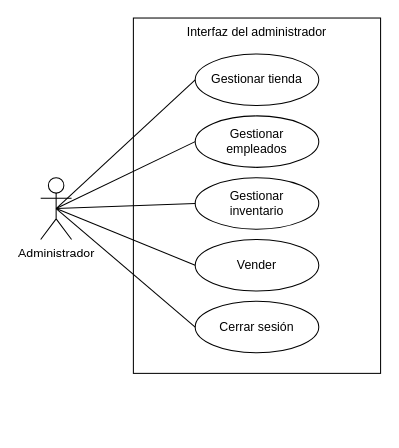
Above: interfaz administrador.drawio in Ovills/analisis (draw.io), before the change. Source tidied: cells renumbered, new cells numbered last; positions are measured from the earlier drawing's top-left corner, leaving out a move shared by most shapes. Both pictures are drawn from the tidied source at 103%, with x=0, y=0 at pixel (40, 18).
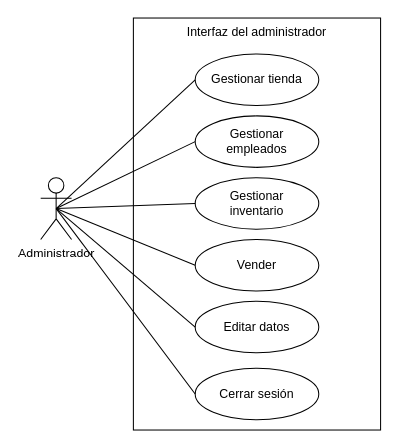
After the change.

Change to the diagram source:
```diff
@@
 <mxGraphModel>
   <root>
     <mxCell id="0" />
     <mxCell id="1" parent="0" />
     <mxCell id="2" value="Administrador" style="shape=umlActor;verticalLabelPosition=bottom;verticalAlign=top;html=1;outlineConnect=0;fillColor=none;" parent="1" vertex="1">
       <mxGeometry y="155" width="30" height="60" as="geometry" />
     </mxCell>
     <mxCell id="3" value="Interfaz del administrador" style="rounded=0;whiteSpace=wrap;html=1;fillColor=none;verticalAlign=top;" parent="1" vertex="1">
-      <mxGeometry x="90" width="240" height="345" as="geometry" />
+      <mxGeometry x="90" width="240" height="400" as="geometry" />
     </mxCell>
     <mxCell id="4" value="Gestionar tienda" style="ellipse;whiteSpace=wrap;html=1;fillColor=none;" parent="1" vertex="1">
       <mxGeometry x="150" y="35" width="120" height="50" as="geometry" />
     </mxCell>
     <mxCell id="5" value="Gestionar &lt;br&gt;empleados" style="ellipse;whiteSpace=wrap;html=1;fillColor=none;" parent="1" vertex="1">
       <mxGeometry x="150" y="95" width="120" height="50" as="geometry" />
     </mxCell>
     <mxCell id="6" value="Vender" style="ellipse;whiteSpace=wrap;html=1;fillColor=none;" parent="1" vertex="1">
       <mxGeometry x="150" y="215" width="120" height="50" as="geometry" />
     </mxCell>
     <mxCell id="7" value="Gestionar&lt;br&gt;inventario" style="ellipse;whiteSpace=wrap;html=1;fillColor=none;" parent="1" vertex="1">
       <mxGeometry x="150" y="155" width="120" height="50" as="geometry" />
     </mxCell>
-    <mxCell id="8" value="Cerrar sesión" style="ellipse;whiteSpace=wrap;html=1;fillColor=none;" parent="1" vertex="1">
+    <mxCell id="8" value="Editar datos" style="ellipse;whiteSpace=wrap;html=1;fillColor=none;" parent="1" vertex="1">
       <mxGeometry x="150" y="275" width="120" height="50" as="geometry" />
     </mxCell>
     <mxCell id="9" style="endArrow=none;html=1;rounded=0;exitX=0.5;exitY=0.5;exitDx=0;exitDy=0;exitPerimeter=0;entryX=0;entryY=0.5;entryDx=0;entryDy=0;" parent="1" edge="1" source="2" target="4">
       <mxGeometry relative="1" as="geometry" />
     </mxCell>
     <mxCell id="10" style="endArrow=none;html=1;rounded=0;exitX=0.5;exitY=0.5;exitDx=0;exitDy=0;exitPerimeter=0;entryX=0;entryY=0.5;entryDx=0;entryDy=0;" parent="1" edge="1" source="2" target="5">
       <mxGeometry relative="1" as="geometry" />
     </mxCell>
     <mxCell id="11" style="endArrow=none;html=1;rounded=0;entryX=0;entryY=0.5;entryDx=0;entryDy=0;exitX=0.5;exitY=0.5;exitDx=0;exitDy=0;exitPerimeter=0;" parent="1" edge="1" source="2" target="7">
       <mxGeometry relative="1" as="geometry" />
     </mxCell>
     <mxCell id="12" style="endArrow=none;html=1;rounded=0;entryX=0;entryY=0.5;entryDx=0;entryDy=0;exitX=0.5;exitY=0.5;exitDx=0;exitDy=0;exitPerimeter=0;" parent="1" edge="1" source="2" target="6">
       <mxGeometry relative="1" as="geometry" />
     </mxCell>
     <mxCell id="13" style="endArrow=none;html=1;rounded=0;exitX=0.5;exitY=0.5;exitDx=0;exitDy=0;exitPerimeter=0;entryX=0;entryY=0.5;entryDx=0;entryDy=0;" parent="1" edge="1" source="2" target="8">
       <mxGeometry relative="1" as="geometry" />
     </mxCell>
+    <mxCell id="14" value="Cerrar sesión" style="ellipse;whiteSpace=wrap;html=1;fillColor=none;" parent="1" vertex="1">
+      <mxGeometry x="150" y="340" width="120" height="50" as="geometry" />
+    </mxCell>
+    <mxCell id="15" style="endArrow=none;html=1;rounded=0;exitX=0.5;exitY=0.5;exitDx=0;exitDy=0;exitPerimeter=0;entryX=0;entryY=0.5;entryDx=0;entryDy=0;" parent="1" edge="1" source="2" target="14">
+      <mxGeometry relative="1" as="geometry" />
+    </mxCell>
   </root>
 </mxGraphModel>
```
